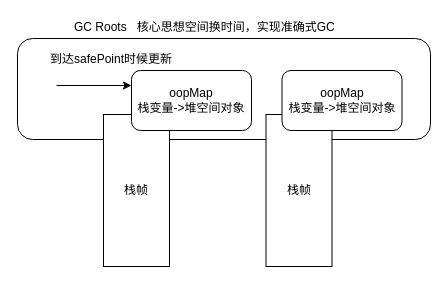
Above: gc.drawio in MihirrajDixit/drawio (draw.io), before the change. Source tidied: cells renumbered, new cells numbered last; positions are measured from the earlier drawing's top-left corner, leaving out a move shared by most shapes. Both pictures are drawn from the tidied source at 100%, with x=0, y=0 at pixel (17, 17).
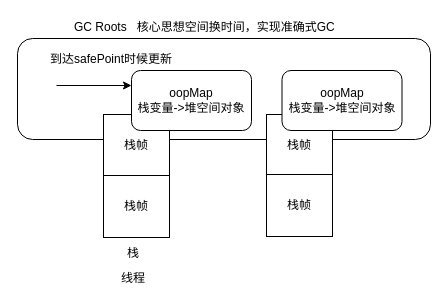
After the change.

The edit, as a diff of the source:
```diff
@@
 <mxGraphModel>
   <root>
     <mxCell id="0" />
     <mxCell id="1" parent="0" />
     <mxCell id="2" style="rounded=1;whiteSpace=wrap;html=1;" parent="1" vertex="1">
       <mxGeometry y="21" width="413" height="101" as="geometry" />
     </mxCell>
     <mxCell id="3" value="栈帧" style="rounded=0;whiteSpace=wrap;html=1;" parent="1" vertex="1">
-      <mxGeometry x="248.5" y="97" width="66" height="152" as="geometry" />
+      <mxGeometry x="249" y="97" width="66" height="61" as="geometry" />
     </mxCell>
     <mxCell id="4" value="栈帧" style="rounded=0;whiteSpace=wrap;html=1;" parent="1" vertex="1">
-      <mxGeometry x="86" y="97" width="66" height="152" as="geometry" />
+      <mxGeometry x="86" y="97" width="66" height="62" as="geometry" />
     </mxCell>
     <mxCell id="5" value="oopMap&lt;br&gt;栈变量-&amp;gt;堆空间对象" style="rounded=1;whiteSpace=wrap;html=1;" parent="1" vertex="1">
       <mxGeometry x="114" y="53" width="120" height="60" as="geometry" />
     </mxCell>
     <mxCell id="6" style="endArrow=classic;html=1;" parent="1" edge="1">
       <mxGeometry relative="1" as="geometry">
         <mxPoint x="39" y="68" as="sourcePoint" />
         <mxPoint x="114" y="68" as="targetPoint" />
       </mxGeometry>
     </mxCell>
     <mxCell id="7" value="到达safePoint时候更新" style="text;html=1;align=left;verticalAlign=top;spacingTop=-4;" parent="1" vertex="1">
       <mxGeometry x="31" y="32" width="132" height="14" as="geometry" />
     </mxCell>
     <mxCell id="8" value="oopMap&lt;br&gt;栈变量-&amp;gt;堆空间对象" style="rounded=1;whiteSpace=wrap;html=1;" parent="1" vertex="1">
       <mxGeometry x="264.5" y="53" width="120" height="60" as="geometry" />
     </mxCell>
     <mxCell id="9" value="GC Roots&amp;nbsp; &amp;nbsp;核心思想空间换时间，实现准确式GC" style="text;html=1;align=left;verticalAlign=top;spacingTop=-4;" parent="1" vertex="1">
       <mxGeometry x="54.5" width="271" height="14" as="geometry" />
     </mxCell>
+    <mxCell id="10" value="栈帧" style="rounded=0;whiteSpace=wrap;html=1;" parent="1" vertex="1">
+      <mxGeometry x="86" y="158" width="66" height="62" as="geometry" />
+    </mxCell>
+    <mxCell id="11" value="栈帧" style="rounded=0;whiteSpace=wrap;html=1;" parent="1" vertex="1">
+      <mxGeometry x="249" y="157" width="66" height="62" as="geometry" />
+    </mxCell>
+    <mxCell id="12" value="栈" style="text;html=1;align=left;verticalAlign=top;spacingTop=-4;" parent="1" vertex="1">
+      <mxGeometry x="108" y="226" width="22" height="14" as="geometry" />
+    </mxCell>
+    <mxCell id="13" value="线程" style="text;html=1;align=left;verticalAlign=top;spacingTop=-4;" parent="1" vertex="1">
+      <mxGeometry x="102" y="251" width="34" height="14" as="geometry" />
+    </mxCell>
   </root>
 </mxGraphModel>
```
